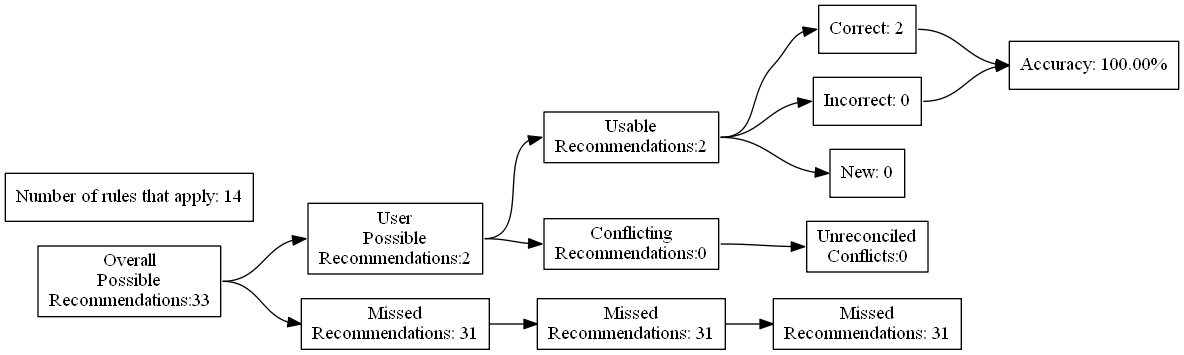
This is test_renders/83.gv.png from ZaxR/ibd_diet_analysis, a Graphviz export, as it was before one commit. Its source is kept beside it as test_renders/83.gv.
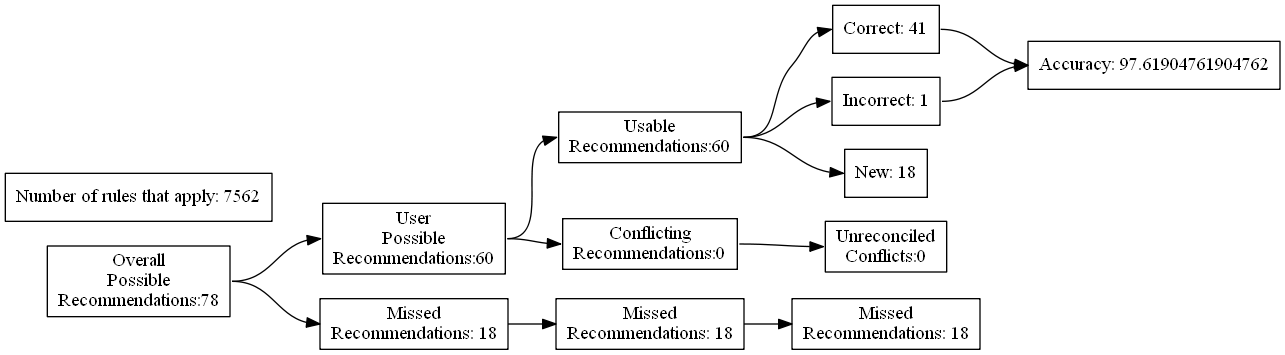
The same file after the commit.

Change to the diagram source:
```diff
@@ -4,27 +4,27 @@
 	edge [headport=w tailport=e]
 		A [label="Overall
 Possible
-Recommendations:33"]
+Recommendations:78"]
 		B [label="User
 Possible
-Recommendations:2"]
+Recommendations:60"]
 		C [label="Missed
-Recommendations: 31"]
+Recommendations: 18"]
 		D [label="Usable
-Recommendations:2"]
+Recommendations:60"]
 		E [label="Conflicting
 Recommendations:0"]
 		J [label="Missed
-Recommendations: 31"]
+Recommendations: 18"]
 		M [label="Unreconciled
 Conflicts:0"]
-		F [label="Correct: 2"]
-		G [label="Incorrect: 0"]
-		H [label="New: 0"]
+		F [label="Correct: 41"]
+		G [label="Incorrect: 1"]
+		H [label="New: 18"]
 		K [label="Missed
-Recommendations: 31"]
-		I [label="Accuracy: 100.00%"]
-		l [label="Number of rules that apply: 14"]
+Recommendations: 18"]
+		I [label="Accuracy: 97.61904761904762"]
+		l [label="Number of rules that apply: 7562"]
 			A -> B
 			A -> C
 			B -> D
```
